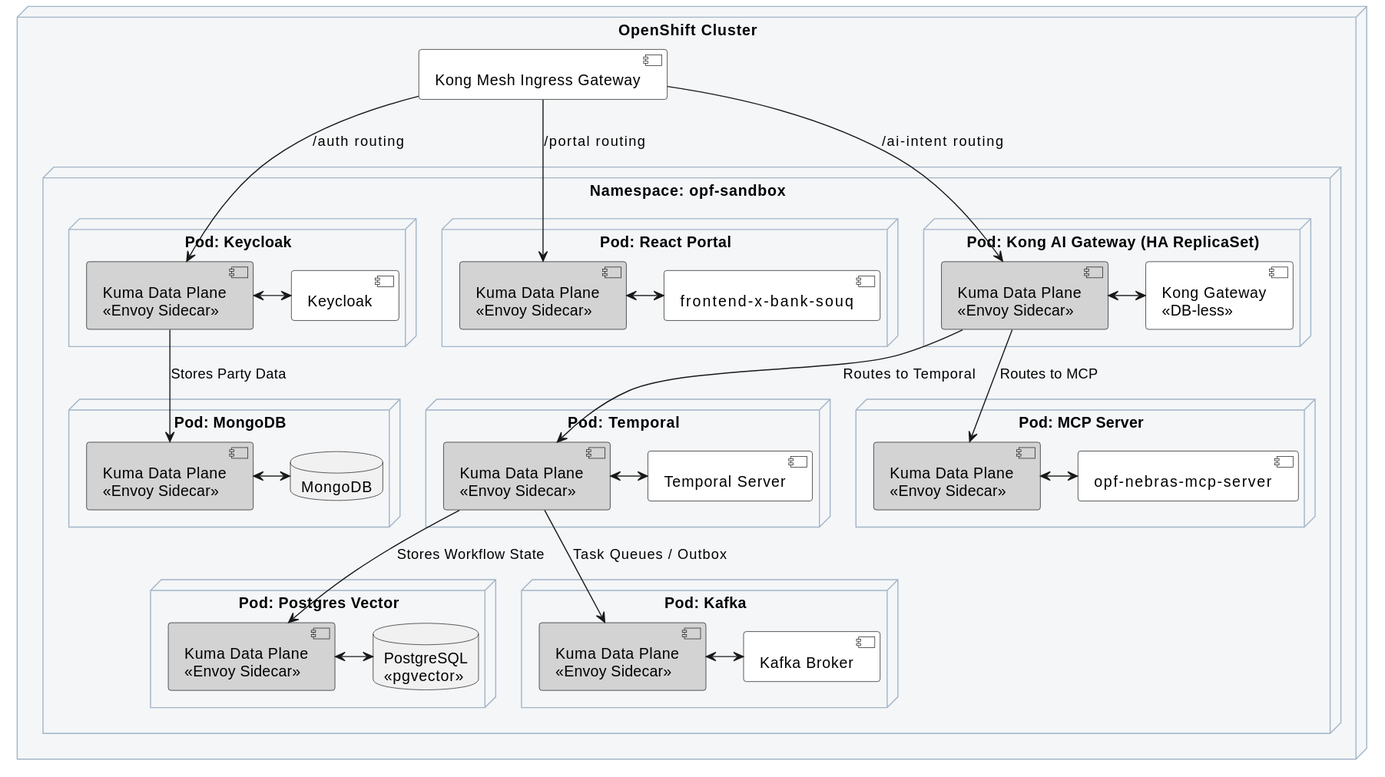
Before: docs/diagrams/Deployment_Sandbox.svg, a diagram exported from PlantUML (COPUR/OPF-Agentive-Platform).
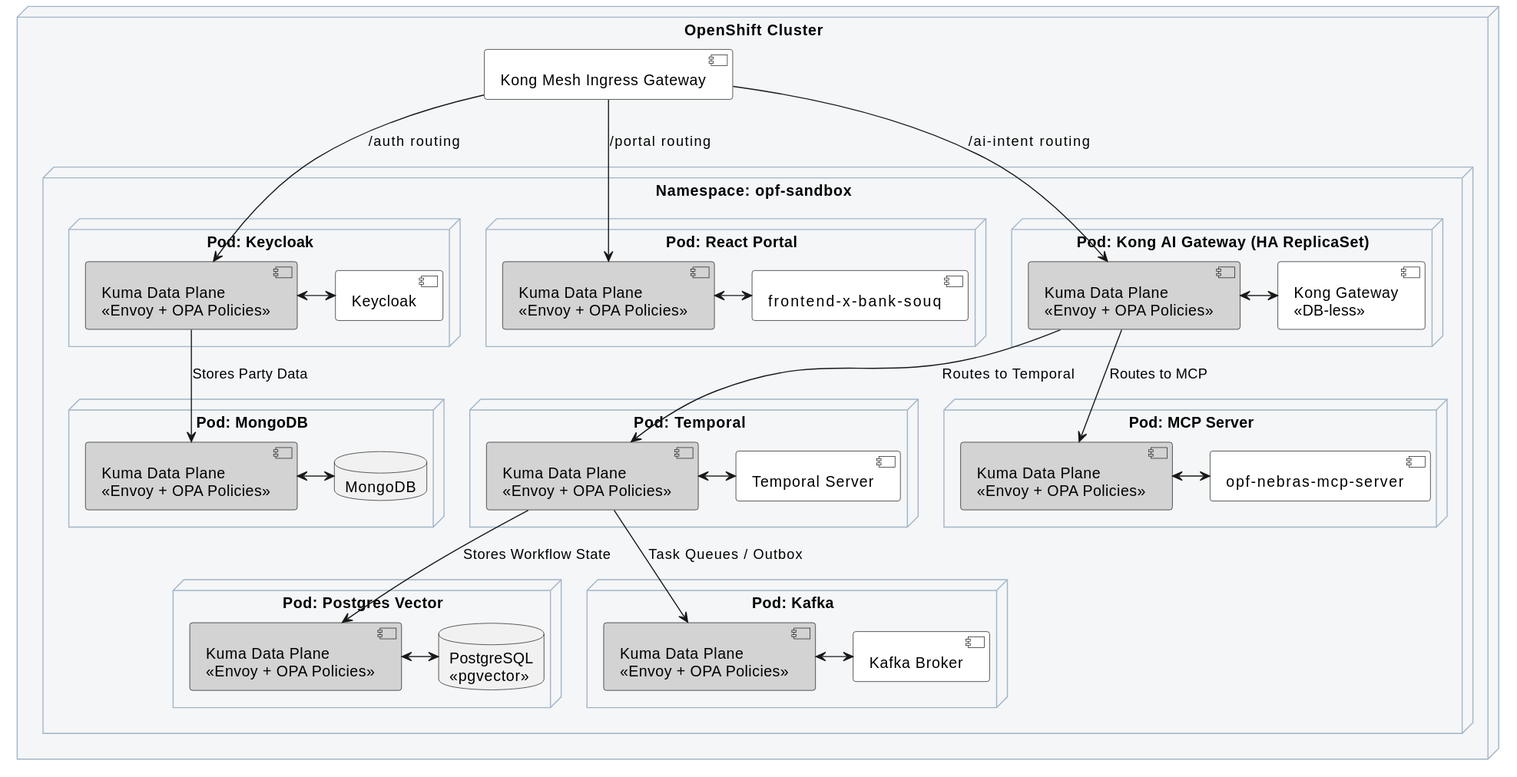
Later version of the same file.

Diff of the diagram source:
```diff
@@ -14,48 +14,48 @@
     node "Namespace: opf-sandbox" {
 
         node "Pod: Keycloak" {
-            component "Kuma Data Plane\n<<Envoy Sidecar>>" as e1 #lightgrey
+            component "Kuma Data Plane\n<<Envoy + OPA Policies>>" as e1 #lightgrey
             component "Keycloak" as kc
             e1 <-> kc
         }
 
         node "Pod: MongoDB" {
-            component "Kuma Data Plane\n<<Envoy Sidecar>>" as e2 #lightgrey
+            component "Kuma Data Plane\n<<Envoy + OPA Policies>>" as e2 #lightgrey
             database "MongoDB" as mongo
             e2 <-> mongo
         }
 
         node "Pod: Temporal" {
-            component "Kuma Data Plane\n<<Envoy Sidecar>>" as e3 #lightgrey
+            component "Kuma Data Plane\n<<Envoy + OPA Policies>>" as e3 #lightgrey
             component "Temporal Server" as temp
             e3 <-> temp
         }
 
         node "Pod: Postgres Vector" {
-            component "Kuma Data Plane\n<<Envoy Sidecar>>" as e4 #lightgrey
+            component "Kuma Data Plane\n<<Envoy + OPA Policies>>" as e4 #lightgrey
             database "PostgreSQL\n<<pgvector>>" as pg
             e4 <-> pg
         }
 
         node "Pod: Kafka" {
-            component "Kuma Data Plane\n<<Envoy Sidecar>>" as e5 #lightgrey
+            component "Kuma Data Plane\n<<Envoy + OPA Policies>>" as e5 #lightgrey
             component "Kafka Broker" as kafka
             e5 <-> kafka
         }
         node "Pod: React Portal" {
-            component "Kuma Data Plane\n<<Envoy Sidecar>>" as e6 #lightgrey
+            component "Kuma Data Plane\n<<Envoy + OPA Policies>>" as e6 #lightgrey
             component "frontend-x-bank-souq" as portal
             e6 <-> portal
         }
 
         node "Pod: Kong AI Gateway (HA ReplicaSet)" {
-            component "Kuma Data Plane\n<<Envoy Sidecar>>" as ek #lightgrey
+            component "Kuma Data Plane\n<<Envoy + OPA Policies>>" as ek #lightgrey
             component "Kong Gateway\n<<DB-less>>" as kong
             ek <-> kong
         }
 
         node "Pod: MCP Server" {
-            component "Kuma Data Plane\n<<Envoy Sidecar>>" as e7 #lightgrey
+            component "Kuma Data Plane\n<<Envoy + OPA Policies>>" as e7 #lightgrey
             component "opf-nebras-mcp-server" as mcp
             e7 <-> mcp
         }
```
